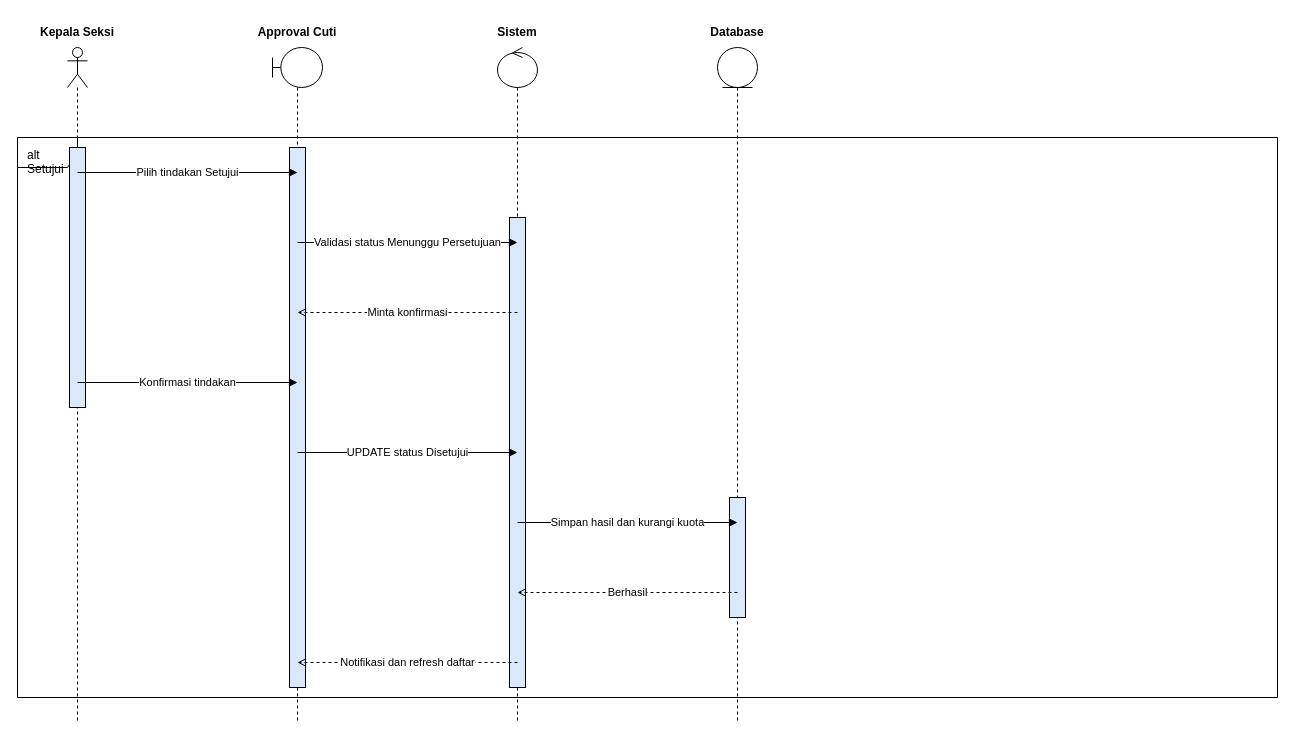
Earlier version of the draw.io diagram page "approval_cuti_setujui" (8 of 21) of diagram/sequence_diagram/sequence_rad_revised_petugas_updated.drawio (gdamar/laporan-ekinerja). Source tidied: cells renumbered, new cells numbered last; positions are measured from the earlier drawing's top-left corner, leaving out a move shared by most shapes. Both pictures are drawn from the tidied source at 100%, with x=0, y=0 at pixel (17, 17).
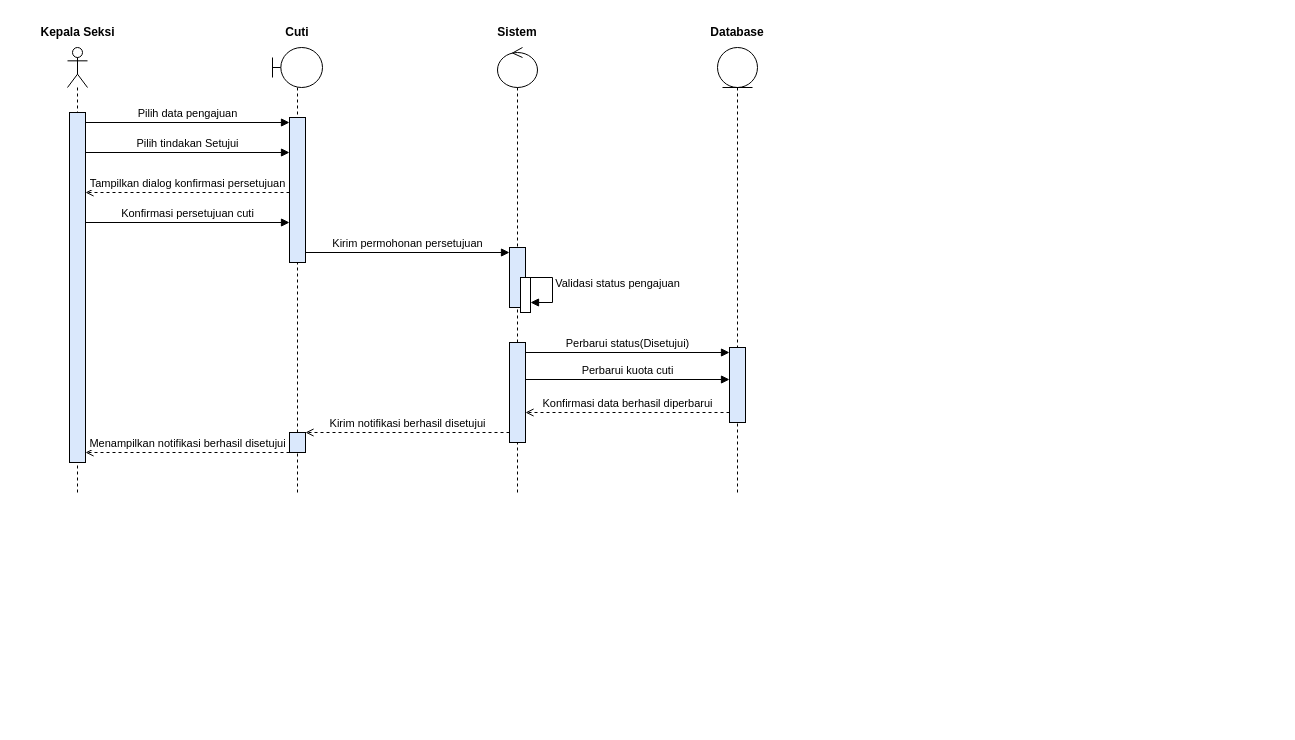
After the change.

Change to the diagram source:
```diff
@@
-    <mxCell id="2" value="alt Setujui" style="shape=umlFrame;whiteSpace=wrap;html=1;fillColor=none;strokeColor=#000000;fontColor=#000000;boundedLbl=1;verticalAlign=top;align=left;spacingLeft=8;spacingTop=4;" parent="1" vertex="1">
-      <mxGeometry y="120" width="1260" height="560" as="geometry" />
-    </mxCell>
     <mxCell id="3" style="shape=umlLifeline;perimeter=lifelinePerimeter;whiteSpace=wrap;html=1;newEdgeStyle={&quot;edgeStyle&quot;:&quot;sequenceEdgeStyle&quot;,&quot;libavoidRouting&quot;:0,&quot;curved&quot;:0,&quot;rounded&quot;:0};participant=umlActor;" parent="1" vertex="1">
-      <mxGeometry x="50" y="30" width="20" height="675" as="geometry" />
+      <mxGeometry x="50" y="30" width="20" height="445" as="geometry" />
     </mxCell>
     <mxCell id="4" value="Kepala Seksi" style="text;html=1;whiteSpace=wrap;strokeColor=none;fillColor=none;align=center;verticalAlign=middle;rounded=0;fontStyle=1;" parent="1" vertex="1">
-      <mxGeometry x="17" width="86" height="30" as="geometry" />
+      <mxGeometry x="20.5" width="79" height="30" as="geometry" />
     </mxCell>
     <mxCell id="5" style="shape=umlLifeline;perimeter=lifelinePerimeter;whiteSpace=wrap;html=1;newEdgeStyle={&quot;edgeStyle&quot;:&quot;sequenceEdgeStyle&quot;,&quot;libavoidRouting&quot;:0,&quot;curved&quot;:0,&quot;rounded&quot;:0};participant=umlBoundary;" parent="1" vertex="1">
-      <mxGeometry x="255" y="30" width="50" height="675" as="geometry" />
+      <mxGeometry x="255" y="30" width="50" height="445" as="geometry" />
     </mxCell>
-    <mxCell id="6" value="Approval Cuti" style="text;html=1;whiteSpace=wrap;strokeColor=none;fillColor=none;align=center;verticalAlign=middle;rounded=0;fontStyle=1;" parent="1" vertex="1">
+    <mxCell id="6" value="Cuti" style="text;html=1;whiteSpace=wrap;strokeColor=none;fillColor=none;align=center;verticalAlign=middle;rounded=0;fontStyle=1;" parent="1" vertex="1">
       <mxGeometry x="215" width="130" height="30" as="geometry" />
     </mxCell>
     <mxCell id="7" style="shape=umlLifeline;perimeter=lifelinePerimeter;whiteSpace=wrap;html=1;newEdgeStyle={&quot;edgeStyle&quot;:&quot;sequenceEdgeStyle&quot;,&quot;libavoidRouting&quot;:0,&quot;curved&quot;:0,&quot;rounded&quot;:0};participant=umlControl;" parent="1" vertex="1">
-      <mxGeometry x="480" y="30" width="40" height="675" as="geometry" />
+      <mxGeometry x="480" y="30" width="40" height="445" as="geometry" />
     </mxCell>
@@
     <mxCell id="9" style="shape=umlLifeline;perimeter=lifelinePerimeter;whiteSpace=wrap;html=1;newEdgeStyle={&quot;edgeStyle&quot;:&quot;sequenceEdgeStyle&quot;,&quot;libavoidRouting&quot;:0,&quot;curved&quot;:0,&quot;rounded&quot;:0};participant=umlEntity;" parent="1" vertex="1">
-      <mxGeometry x="700" y="30" width="40" height="675" as="geometry" />
+      <mxGeometry x="700" y="30" width="40" height="445" as="geometry" />
     </mxCell>
@@
-    <mxCell id="11" style="fillColor=#dae8fc;strokeColor=#000000;opacity=100;" parent="1" vertex="1">
-      <mxGeometry x="52" y="130" width="16" height="260" as="geometry" />
-    </mxCell>
-    <mxCell id="12" style="fillColor=#dae8fc;strokeColor=#000000;opacity=100;" parent="1" vertex="1">
-      <mxGeometry x="272" y="130" width="16" height="540" as="geometry" />
-    </mxCell>
-    <mxCell id="13" style="fillColor=#dae8fc;strokeColor=#000000;opacity=100;" parent="1" vertex="1">
-      <mxGeometry x="492" y="200" width="16" height="470" as="geometry" />
-    </mxCell>
-    <mxCell id="14" style="fillColor=#dae8fc;strokeColor=#000000;opacity=100;" parent="1" vertex="1">
-      <mxGeometry x="712" y="480" width="16" height="120" as="geometry" />
-    </mxCell>
+    <mxCell id="23" style="fillColor=#dae8fc;strokeColor=#000000;opacity=100;" parent="1" vertex="1">
+      <mxGeometry x="52" y="95" width="16" height="350" as="geometry" />
+    </mxCell>
+    <mxCell id="24" style="fillColor=#dae8fc;strokeColor=#000000;opacity=100;" parent="1" vertex="1">
+      <mxGeometry x="272" y="100" width="16" height="145" as="geometry" />
+    </mxCell>
+    <mxCell id="25" style="fillColor=#dae8fc;strokeColor=#000000;opacity=100;" parent="1" vertex="1">
+      <mxGeometry x="272" y="415" width="16" height="20" as="geometry" />
+    </mxCell>
+    <mxCell id="26" style="fillColor=#dae8fc;strokeColor=#000000;opacity=100;" parent="1" vertex="1">
+      <mxGeometry x="492" y="230" width="16" height="60" as="geometry" />
+    </mxCell>
+    <mxCell id="27" style="html=1;points=[[0,0,0,0,5],[0,1,0,0,-5],[1,0,0,0,5],[1,1,0,0,-5]];perimeter=orthogonalPerimeter;outlineConnect=0;targetShapes=umlLifeline;portConstraint=eastwest;newEdgeStyle={&quot;edgeStyle&quot;:&quot;sequenceEdgeStyle&quot;,&quot;libavoidRouting&quot;:0,&quot;curved&quot;:0,&quot;rounded&quot;:0};" parent="1" vertex="1">
+      <mxGeometry x="503" y="260" width="10" height="35" as="geometry" />
+    </mxCell>
+    <mxCell id="28" style="fillColor=#dae8fc;strokeColor=#000000;opacity=100;" parent="1" vertex="1">
+      <mxGeometry x="492" y="325" width="16" height="100" as="geometry" />
+    </mxCell>
+    <mxCell id="29" style="fillColor=#dae8fc;strokeColor=#000000;opacity=100;" parent="1" vertex="1">
+      <mxGeometry x="712" y="330" width="16" height="75" as="geometry" />
+    </mxCell>
-    <mxCell id="15" value="Pilih tindakan Setujui" style="edgeStyle=none;html=1;strokeColor=#000000;endArrow=block;endFill=1;" parent="1" edge="1">
-      <mxGeometry relative="1" as="geometry">
-        <mxPoint x="60" y="155" as="sourcePoint" />
-        <mxPoint x="280" y="155" as="targetPoint" />
+    <mxCell id="15" value="Pilih tindakan Setujui" style="edgeStyle=none;html=1;strokeColor=#000000;endArrow=block;endFill=1;verticalAlign=bottom;" parent="1" edge="1">
+      <mxGeometry as="geometry">
+        <mxPoint x="68" y="135" as="sourcePoint" />
+        <mxPoint x="272" y="135" as="targetPoint" />
       </mxGeometry>
     </mxCell>
-    <mxCell id="16" value="Validasi status Menunggu Persetujuan" style="edgeStyle=none;html=1;strokeColor=#000000;endArrow=block;endFill=1;" parent="1" edge="1">
-      <mxGeometry relative="1" as="geometry">
-        <mxPoint x="280" y="225" as="sourcePoint" />
-        <mxPoint x="500" y="225" as="targetPoint" />
-      </mxGeometry>
-    </mxCell>
-    <mxCell id="17" value="Minta konfirmasi" style="edgeStyle=none;html=1;dashed=1;strokeColor=#000000;endArrow=open;endFill=0;" parent="1" edge="1">
-      <mxGeometry relative="1" as="geometry">
-        <mxPoint x="500" y="295" as="sourcePoint" />
-        <mxPoint x="280" y="295" as="targetPoint" />
-      </mxGeometry>
-    </mxCell>
-    <mxCell id="18" value="Konfirmasi tindakan" style="edgeStyle=none;html=1;strokeColor=#000000;endArrow=block;endFill=1;" parent="1" edge="1">
-      <mxGeometry relative="1" as="geometry">
-        <mxPoint x="60" y="365" as="sourcePoint" />
-        <mxPoint x="280" y="365" as="targetPoint" />
-      </mxGeometry>
-    </mxCell>
-    <mxCell id="19" value="UPDATE status Disetujui" style="edgeStyle=none;html=1;strokeColor=#000000;endArrow=block;endFill=1;" parent="1" edge="1">
-      <mxGeometry relative="1" as="geometry">
-        <mxPoint x="280" y="435" as="sourcePoint" />
-        <mxPoint x="500" y="435" as="targetPoint" />
-      </mxGeometry>
-    </mxCell>
-    <mxCell id="20" value="Simpan hasil dan kurangi kuota" style="edgeStyle=none;html=1;strokeColor=#000000;endArrow=block;endFill=1;" parent="1" edge="1">
-      <mxGeometry relative="1" as="geometry">
-        <mxPoint x="500" y="505" as="sourcePoint" />
-        <mxPoint x="720" y="505" as="targetPoint" />
-      </mxGeometry>
-    </mxCell>
-    <mxCell id="21" value="Berhasil" style="edgeStyle=none;html=1;dashed=1;strokeColor=#000000;endArrow=open;endFill=0;" parent="1" edge="1">
-      <mxGeometry relative="1" as="geometry">
-        <mxPoint x="720" y="575" as="sourcePoint" />
-        <mxPoint x="500" y="575" as="targetPoint" />
-      </mxGeometry>
-    </mxCell>
-    <mxCell id="22" value="Notifikasi dan refresh daftar" style="edgeStyle=none;html=1;dashed=1;strokeColor=#000000;endArrow=open;endFill=0;" parent="1" edge="1">
-      <mxGeometry relative="1" as="geometry">
-        <mxPoint x="500" y="645" as="sourcePoint" />
-        <mxPoint x="280" y="645" as="targetPoint" />
-      </mxGeometry>
-    </mxCell>
+    <mxCell id="30" value="Tampilkan dialog konfirmasi persetujuan" style="edgeStyle=none;html=1;dashed=1;strokeColor=#000000;endArrow=open;verticalAlign=bottom;" parent="1" edge="1">
+      <mxGeometry as="geometry">
+        <mxPoint x="272" y="175" as="sourcePoint" />
+        <mxPoint x="68" y="175" as="targetPoint" />
+      </mxGeometry>
+    </mxCell>
+    <mxCell id="31" value="Konfirmasi persetujuan cuti" style="edgeStyle=none;html=1;strokeColor=#000000;endArrow=block;endFill=1;verticalAlign=bottom;" parent="1" edge="1">
+      <mxGeometry as="geometry">
+        <mxPoint x="68" y="205" as="sourcePoint" />
+        <mxPoint x="272" y="205" as="targetPoint" />
+      </mxGeometry>
+    </mxCell>
+    <mxCell id="32" value="Kirim permohonan persetujuan" style="edgeStyle=none;html=1;strokeColor=#000000;endArrow=block;endFill=1;verticalAlign=bottom;" parent="1" edge="1">
+      <mxGeometry as="geometry">
+        <mxPoint x="288" y="235" as="sourcePoint" />
+        <mxPoint x="492" y="235" as="targetPoint" />
+      </mxGeometry>
+    </mxCell>
+    <mxCell id="33" value="Validasi status pengajuan" style="edgeStyle=orthogonalEdgeStyle;rounded=0;jettySize=auto;html=1;endArrow=block;strokeColor=#000000;verticalAlign=bottom;" parent="1" edge="1" target="27">
+      <mxGeometry as="geometry">
+        <mxPoint x="508" y="260" as="sourcePoint" />
+        <Array as="points">
+          <mxPoint x="535" y="260" />
+          <mxPoint x="535" y="285" />
+        </Array>
+        <mxPoint x="89" y="2" as="offset" />
+      </mxGeometry>
+    </mxCell>
+    <mxCell id="34" value="Perbarui status(Disetujui)" style="edgeStyle=none;html=1;strokeColor=#000000;endArrow=block;endFill=1;verticalAlign=bottom;" parent="1" edge="1">
+      <mxGeometry as="geometry">
+        <mxPoint x="508" y="335" as="sourcePoint" />
+        <mxPoint x="712" y="335" as="targetPoint" />
+      </mxGeometry>
+    </mxCell>
+    <mxCell id="35" value="Konfirmasi data berhasil diperbarui" style="edgeStyle=none;html=1;dashed=1;strokeColor=#000000;endArrow=open;verticalAlign=bottom;" parent="1" edge="1">
+      <mxGeometry as="geometry">
+        <mxPoint x="712" y="395" as="sourcePoint" />
+        <mxPoint x="508" y="395" as="targetPoint" />
+      </mxGeometry>
+    </mxCell>
+    <mxCell id="36" value="Kirim notifikasi berhasil disetujui" style="edgeStyle=none;html=1;dashed=1;strokeColor=#000000;endArrow=open;verticalAlign=bottom;" parent="1" edge="1">
+      <mxGeometry as="geometry">
+        <mxPoint x="492" y="415" as="sourcePoint" />
+        <mxPoint x="288" y="415" as="targetPoint" />
+      </mxGeometry>
+    </mxCell>
+    <mxCell id="37" value="Menampilkan notifikasi berhasil disetujui" style="edgeStyle=none;html=1;dashed=1;strokeColor=#000000;endArrow=open;verticalAlign=bottom;" parent="1" edge="1">
+      <mxGeometry as="geometry">
+        <mxPoint x="272" y="435" as="sourcePoint" />
+        <mxPoint x="68" y="435" as="targetPoint" />
+      </mxGeometry>
+    </mxCell>
+    <mxCell id="38" value="Pilih data pengajuan" style="edgeStyle=none;html=1;strokeColor=#000000;endArrow=block;endFill=1;verticalAlign=bottom;" parent="1" edge="1">
+      <mxGeometry as="geometry">
+        <mxPoint x="68" y="105" as="sourcePoint" />
+        <mxPoint x="272" y="105" as="targetPoint" />
+      </mxGeometry>
+    </mxCell>
+    <mxCell id="39" value="Perbarui kuota cuti" style="edgeStyle=none;html=1;strokeColor=#000000;endArrow=block;endFill=1;verticalAlign=bottom;" parent="1" edge="1">
+      <mxGeometry as="geometry">
+        <mxPoint x="508" y="362" as="sourcePoint" />
+        <mxPoint x="712" y="362" as="targetPoint" />
+      </mxGeometry>
+    </mxCell>
```
